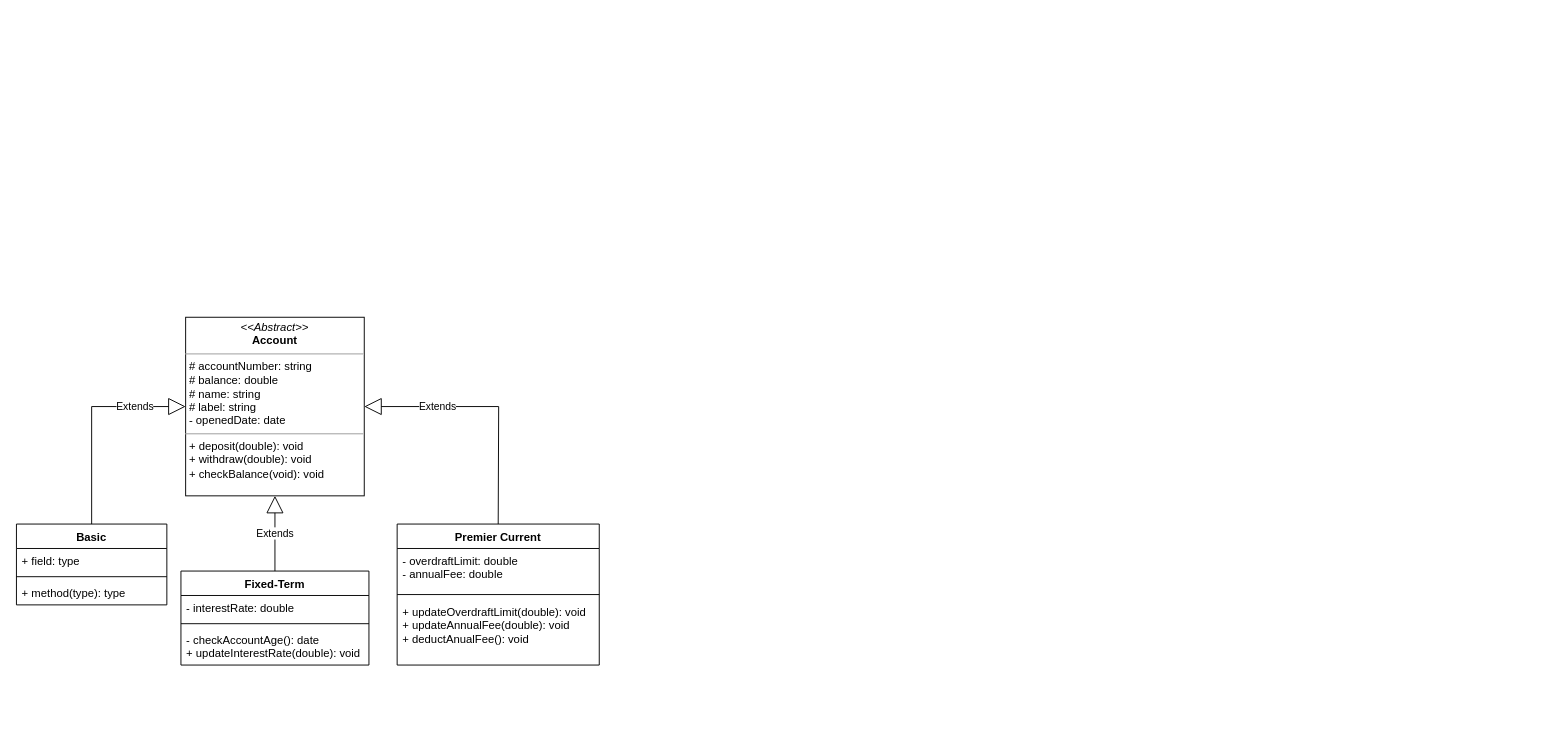
gerald-tetteh-tt/lab_work keeps this draw.io diagram as oop/lab_4/mallon_bank.drawio. Above is the earlier version. Source tidied: cells renumbered, new cells numbered last; positions are measured from the earlier drawing's top-left corner, leaving out a move shared by most shapes. Both pictures are drawn from the tidied source at 94%, with x=0, y=0 at pixel (16, 317).
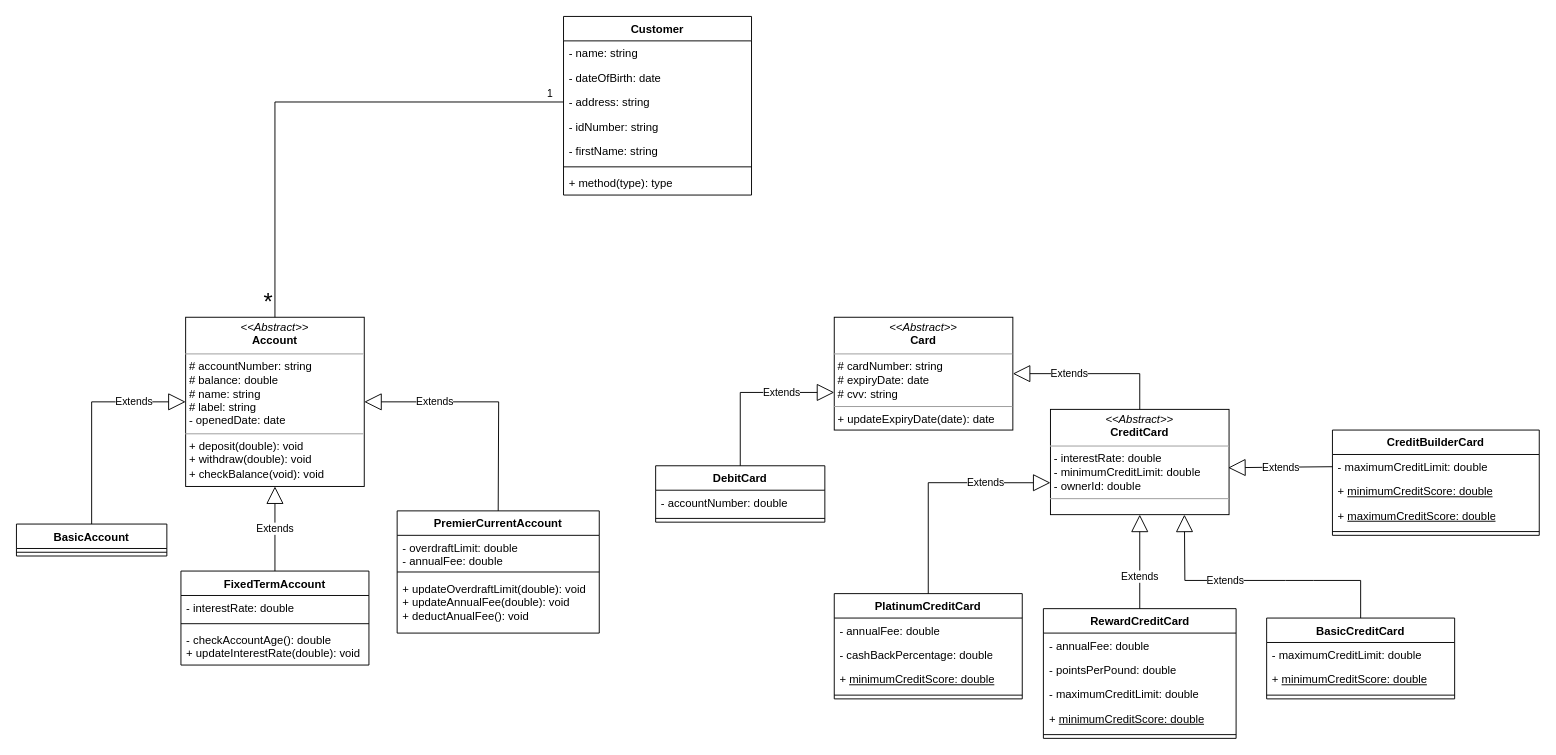
The same diagram, later.

Commit message:
add customer class and association with account

Diff of the diagram source:
```diff
@@
     <mxCell id="2" value="&lt;p style=&quot;margin:0px;margin-top:4px;text-align:center;&quot;&gt;&lt;i&gt;&amp;lt;&amp;lt;Abstract&amp;gt;&amp;gt;&lt;/i&gt;&lt;br&gt;&lt;b&gt;Account&lt;/b&gt;&lt;/p&gt;&lt;hr size=&quot;1&quot;&gt;&lt;p style=&quot;margin:0px;margin-left:4px;&quot;&gt;# accountNumber: string&lt;br&gt;# balance: double&lt;/p&gt;&lt;p style=&quot;margin:0px;margin-left:4px;&quot;&gt;# name: string&lt;/p&gt;&lt;p style=&quot;margin:0px;margin-left:4px;&quot;&gt;# label: string&lt;/p&gt;&lt;p style=&quot;margin:0px;margin-left:4px;&quot;&gt;- openedDate: date&lt;/p&gt;&lt;hr size=&quot;1&quot;&gt;&lt;p style=&quot;margin:0px;margin-left:4px;&quot;&gt;+ deposit(double): void&lt;br&gt;+ withdraw(double): void&lt;/p&gt;&lt;p style=&quot;margin:0px;margin-left:4px;&quot;&gt;+ checkBalance(void): void&lt;/p&gt;" style="verticalAlign=top;align=left;overflow=fill;fontSize=12;fontFamily=Helvetica;html=1;whiteSpace=wrap;" parent="1" vertex="1">
-      <mxGeometry x="180" width="190" height="190" as="geometry" />
+      <mxGeometry x="180" width="190" height="180" as="geometry" />
     </mxCell>
-    <mxCell id="3" value="Basic" style="swimlane;fontStyle=1;align=center;verticalAlign=top;horizontal=1;startSize=26;whiteSpace=wrap;html=1;" parent="1" vertex="1">
-      <mxGeometry y="220" width="160" height="86" as="geometry" />
+    <mxCell id="3" value="BasicAccount" style="swimlane;fontStyle=1;align=center;verticalAlign=top;horizontal=1;startSize=26;whiteSpace=wrap;html=1;" parent="1" vertex="1">
+      <mxGeometry y="220" width="160" height="34" as="geometry" />
     </mxCell>
-    <mxCell id="4" value="+ field: type" style="text;strokeColor=none;fillColor=none;align=left;verticalAlign=top;spacingLeft=4;spacingRight=4;overflow=hidden;whiteSpace=wrap;html=1;" parent="3" vertex="1">
-      <mxGeometry y="26" width="160" height="26" as="geometry" />
-    </mxCell>
     <mxCell id="5" style="line;strokeWidth=1;fillColor=none;align=left;verticalAlign=middle;spacingTop=-1;spacingLeft=3;spacingRight=3;labelPosition=right;strokeColor=inherit;" parent="3" vertex="1">
-      <mxGeometry y="52" width="160" height="8" as="geometry" />
+      <mxGeometry y="26" width="160" height="8" as="geometry" />
     </mxCell>
-    <mxCell id="6" value="+ method(type): type" style="text;strokeColor=none;fillColor=none;align=left;verticalAlign=top;spacingLeft=4;spacingRight=4;overflow=hidden;whiteSpace=wrap;html=1;" parent="3" vertex="1">
-      <mxGeometry y="60" width="160" height="26" as="geometry" />
-    </mxCell>
     <mxCell id="7" value="Extends" style="endArrow=block;endSize=16;endFill=0;html=1;rounded=0;exitX=0.5;exitY=0;exitDx=0;exitDy=0;entryX=0;entryY=0.5;entryDx=0;entryDy=0;" parent="1" edge="1" source="3" target="2">
       <mxGeometry x="0.52" relative="1" as="geometry">
         <Array as="points">
-          <mxPoint x="80" y="95" />
+          <mxPoint x="80" y="90" />
         </Array>
       </mxGeometry>
     </mxCell>
-    <mxCell id="8" value="Fixed-Term" style="swimlane;fontStyle=1;align=center;verticalAlign=top;horizontal=1;startSize=26;whiteSpace=wrap;html=1;" parent="1" vertex="1">
+    <mxCell id="8" value="FixedTermAccount" style="swimlane;fontStyle=1;align=center;verticalAlign=top;horizontal=1;startSize=26;whiteSpace=wrap;html=1;" parent="1" vertex="1">
       <mxGeometry x="175" y="270" width="200" height="100" as="geometry" />
     </mxCell>
@@
-    <mxCell id="11" value="- checkAccountAge(): date&lt;br&gt;+ updateInterestRate(double): void" style="text;strokeColor=none;fillColor=none;align=left;verticalAlign=top;spacingLeft=4;spacingRight=4;overflow=hidden;whiteSpace=wrap;html=1;" parent="8" vertex="1">
+    <mxCell id="11" value="- checkAccountAge(): double&lt;br&gt;+ updateInterestRate(double): void" style="text;strokeColor=none;fillColor=none;align=left;verticalAlign=top;spacingLeft=4;spacingRight=4;overflow=hidden;whiteSpace=wrap;html=1;" parent="8" vertex="1">
       <mxGeometry y="60" width="200" height="40" as="geometry" />
     </mxCell>
-    <mxCell id="12" value="Premier Current" style="swimlane;fontStyle=1;align=center;verticalAlign=top;horizontal=1;startSize=26;whiteSpace=wrap;html=1;" parent="1" vertex="1">
-      <mxGeometry x="405" y="220" width="215" height="150" as="geometry" />
+    <mxCell id="12" value="PremierCurrentAccount" style="swimlane;fontStyle=1;align=center;verticalAlign=top;horizontal=1;startSize=26;whiteSpace=wrap;html=1;" parent="1" vertex="1">
+      <mxGeometry x="405" y="206" width="215" height="130" as="geometry" />
     </mxCell>
     <mxCell id="13" value="- overdraftLimit: double&lt;br&gt;- annualFee: double" style="text;strokeColor=none;fillColor=none;align=left;verticalAlign=top;spacingLeft=4;spacingRight=4;overflow=hidden;whiteSpace=wrap;html=1;" parent="12" vertex="1">
-      <mxGeometry y="26" width="215" height="44" as="geometry" />
+      <mxGeometry y="26" width="215" height="34" as="geometry" />
     </mxCell>
     <mxCell id="14" style="line;strokeWidth=1;fillColor=none;align=left;verticalAlign=middle;spacingTop=-1;spacingLeft=3;spacingRight=3;labelPosition=right;strokeColor=inherit;" parent="12" vertex="1">
-      <mxGeometry y="70" width="215" height="10" as="geometry" />
+      <mxGeometry y="60" width="215" height="10" as="geometry" />
     </mxCell>
     <mxCell id="15" value="+ updateOverdraftLimit(double): void&lt;br&gt;+ updateAnnualFee(double): void&lt;br&gt;+ deductAnualFee(): void" style="text;strokeColor=none;fillColor=none;align=left;verticalAlign=top;spacingLeft=4;spacingRight=4;overflow=hidden;whiteSpace=wrap;html=1;" parent="12" vertex="1">
-      <mxGeometry y="80" width="215" height="70" as="geometry" />
+      <mxGeometry y="70" width="215" height="60" as="geometry" />
     </mxCell>
@@
     <mxCell id="17" value="Extends" style="endArrow=block;endSize=16;endFill=0;html=1;rounded=0;entryX=1;entryY=0.5;entryDx=0;entryDy=0;exitX=0.5;exitY=0;exitDx=0;exitDy=0;" parent="1" edge="1" source="12" target="2">
       <mxGeometry x="0.42" relative="1" as="geometry">
         <Array as="points">
-          <mxPoint x="513" y="95" />
+          <mxPoint x="513" y="90" />
         </Array>
       </mxGeometry>
     </mxCell>
+    <mxCell id="18" value="&lt;p style=&quot;margin:0px;margin-top:4px;text-align:center;&quot;&gt;&lt;i&gt;&amp;lt;&amp;lt;Abstract&amp;gt;&amp;gt;&lt;/i&gt;&lt;br&gt;&lt;b&gt;Card&lt;/b&gt;&lt;/p&gt;&lt;hr size=&quot;1&quot;&gt;&lt;p style=&quot;margin:0px;margin-left:4px;&quot;&gt;# cardNumber: string&lt;br&gt;# expiryDate: date&lt;/p&gt;&lt;p style=&quot;margin:0px;margin-left:4px;&quot;&gt;# cvv: string&lt;/p&gt;&lt;hr size=&quot;1&quot;&gt;&lt;p style=&quot;margin:0px;margin-left:4px;&quot;&gt;+ updateExpiryDate(date): date&lt;/p&gt;" style="verticalAlign=top;align=left;overflow=fill;fontSize=12;fontFamily=Helvetica;html=1;whiteSpace=wrap;" parent="1" vertex="1">
+      <mxGeometry x="870" width="190" height="120" as="geometry" />
+    </mxCell>
+    <mxCell id="19" value="DebitCard" style="swimlane;fontStyle=1;align=center;verticalAlign=top;horizontal=1;startSize=26;whiteSpace=wrap;html=1;" parent="1" vertex="1">
+      <mxGeometry x="680" y="158" width="180" height="60" as="geometry" />
+    </mxCell>
+    <mxCell id="20" value="- accountNumber: double" style="text;strokeColor=none;fillColor=none;align=left;verticalAlign=top;spacingLeft=4;spacingRight=4;overflow=hidden;whiteSpace=wrap;html=1;" parent="19" vertex="1">
+      <mxGeometry y="26" width="180" height="26" as="geometry" />
+    </mxCell>
+    <mxCell id="21" style="line;strokeWidth=1;fillColor=none;align=left;verticalAlign=middle;spacingTop=-1;spacingLeft=3;spacingRight=3;labelPosition=right;strokeColor=inherit;" parent="19" vertex="1">
+      <mxGeometry y="52" width="180" height="8" as="geometry" />
+    </mxCell>
+    <mxCell id="22" value="Extends" style="endArrow=block;endSize=16;endFill=0;html=1;rounded=0;exitX=0.5;exitY=0;exitDx=0;exitDy=0;" parent="1" edge="1" source="19">
+      <mxGeometry x="0.37" relative="1" as="geometry">
+        <mxPoint x="870" y="80" as="targetPoint" />
+        <Array as="points">
+          <mxPoint x="770" y="80" />
+        </Array>
+      </mxGeometry>
+    </mxCell>
+    <mxCell id="23" value="&lt;p style=&quot;margin:0px;margin-top:4px;text-align:center;&quot;&gt;&lt;i&gt;&amp;lt;&amp;lt;Abstract&amp;gt;&amp;gt;&lt;/i&gt;&lt;br&gt;&lt;b&gt;CreditCard&lt;/b&gt;&lt;/p&gt;&lt;hr size=&quot;1&quot;&gt;&lt;p style=&quot;border-color: var(--border-color); margin: 0px 0px 0px 4px;&quot;&gt;- interestRate: double&lt;/p&gt;&lt;p style=&quot;border-color: var(--border-color); margin: 0px 0px 0px 4px;&quot;&gt;- minimumCreditLimit: double&lt;/p&gt;&lt;p style=&quot;border-color: var(--border-color); margin: 0px 0px 0px 4px;&quot;&gt;- ownerId: double&lt;/p&gt;&lt;hr size=&quot;1&quot;&gt;&lt;p style=&quot;margin:0px;margin-left:4px;&quot;&gt;&lt;br&gt;&lt;/p&gt;" style="verticalAlign=top;align=left;overflow=fill;fontSize=12;fontFamily=Helvetica;html=1;whiteSpace=wrap;" parent="1" vertex="1">
+      <mxGeometry x="1100" y="98" width="190" height="112" as="geometry" />
+    </mxCell>
+    <mxCell id="24" value="Extends" style="endArrow=block;endSize=16;endFill=0;html=1;rounded=0;exitX=0.5;exitY=0;exitDx=0;exitDy=0;entryX=1;entryY=0.5;entryDx=0;entryDy=0;" parent="1" edge="1" source="23" target="18">
+      <mxGeometry x="0.31" relative="1" as="geometry">
+        <Array as="points">
+          <mxPoint x="1195" y="60" />
+        </Array>
+      </mxGeometry>
+    </mxCell>
+    <mxCell id="25" value="PlatinumCreditCard" style="swimlane;fontStyle=1;align=center;verticalAlign=top;horizontal=1;startSize=26;whiteSpace=wrap;html=1;" parent="1" vertex="1">
+      <mxGeometry x="870" y="294" width="200" height="112" as="geometry" />
+    </mxCell>
+    <mxCell id="26" value="- annualFee: double" style="text;strokeColor=none;fillColor=none;align=left;verticalAlign=top;spacingLeft=4;spacingRight=4;overflow=hidden;whiteSpace=wrap;html=1;" parent="25" vertex="1">
+      <mxGeometry y="26" width="200" height="26" as="geometry" />
+    </mxCell>
+    <mxCell id="27" value="- cashBackPercentage: double" style="text;strokeColor=none;fillColor=none;align=left;verticalAlign=top;spacingLeft=4;spacingRight=4;overflow=hidden;whiteSpace=wrap;html=1;" parent="25" vertex="1">
+      <mxGeometry y="52" width="200" height="26" as="geometry" />
+    </mxCell>
+    <mxCell id="28" value="+ &lt;u&gt;minimumCreditScore: double&lt;/u&gt;" style="text;strokeColor=none;fillColor=none;align=left;verticalAlign=top;spacingLeft=4;spacingRight=4;overflow=hidden;whiteSpace=wrap;html=1;" parent="25" vertex="1">
+      <mxGeometry y="78" width="200" height="26" as="geometry" />
+    </mxCell>
+    <mxCell id="29" style="line;strokeWidth=1;fillColor=none;align=left;verticalAlign=middle;spacingTop=-1;spacingLeft=3;spacingRight=3;labelPosition=right;strokeColor=inherit;" parent="25" vertex="1">
+      <mxGeometry y="104" width="200" height="8" as="geometry" />
+    </mxCell>
+    <mxCell id="30" value="RewardCreditCard" style="swimlane;fontStyle=1;align=center;verticalAlign=top;horizontal=1;startSize=26;whiteSpace=wrap;html=1;" parent="1" vertex="1">
+      <mxGeometry x="1092.5" y="310" width="205" height="138" as="geometry" />
+    </mxCell>
+    <mxCell id="31" value="- annualFee: double" style="text;strokeColor=none;fillColor=none;align=left;verticalAlign=top;spacingLeft=4;spacingRight=4;overflow=hidden;whiteSpace=wrap;html=1;" parent="30" vertex="1">
+      <mxGeometry y="26" width="205" height="26" as="geometry" />
+    </mxCell>
+    <mxCell id="32" value="- pointsPerPound: double" style="text;strokeColor=none;fillColor=none;align=left;verticalAlign=top;spacingLeft=4;spacingRight=4;overflow=hidden;whiteSpace=wrap;html=1;" parent="30" vertex="1">
+      <mxGeometry y="52" width="205" height="26" as="geometry" />
+    </mxCell>
+    <mxCell id="33" value="- maximumCreditLimit: double" style="text;strokeColor=none;fillColor=none;align=left;verticalAlign=top;spacingLeft=4;spacingRight=4;overflow=hidden;whiteSpace=wrap;html=1;" parent="30" vertex="1">
+      <mxGeometry y="78" width="205" height="26" as="geometry" />
+    </mxCell>
+    <mxCell id="34" value="+ &lt;u&gt;minimumCreditScore: double&lt;/u&gt;" style="text;strokeColor=none;fillColor=none;align=left;verticalAlign=top;spacingLeft=4;spacingRight=4;overflow=hidden;whiteSpace=wrap;html=1;" parent="30" vertex="1">
+      <mxGeometry y="104" width="205" height="26" as="geometry" />
+    </mxCell>
+    <mxCell id="35" style="line;strokeWidth=1;fillColor=none;align=left;verticalAlign=middle;spacingTop=-1;spacingLeft=3;spacingRight=3;labelPosition=right;strokeColor=inherit;" parent="30" vertex="1">
+      <mxGeometry y="130" width="205" height="8" as="geometry" />
+    </mxCell>
+    <mxCell id="36" value="BasicCreditCard" style="swimlane;fontStyle=1;align=center;verticalAlign=top;horizontal=1;startSize=26;whiteSpace=wrap;html=1;" parent="1" vertex="1">
+      <mxGeometry x="1330" y="320" width="200" height="86" as="geometry" />
+    </mxCell>
+    <mxCell id="37" value="- maximumCreditLimit: double" style="text;strokeColor=none;fillColor=none;align=left;verticalAlign=top;spacingLeft=4;spacingRight=4;overflow=hidden;whiteSpace=wrap;html=1;" parent="36" vertex="1">
+      <mxGeometry y="26" width="200" height="26" as="geometry" />
+    </mxCell>
+    <mxCell id="38" value="+ &lt;u&gt;minimumCreditScore: double&lt;/u&gt;" style="text;strokeColor=none;fillColor=none;align=left;verticalAlign=top;spacingLeft=4;spacingRight=4;overflow=hidden;whiteSpace=wrap;html=1;" parent="36" vertex="1">
+      <mxGeometry y="52" width="200" height="26" as="geometry" />
+    </mxCell>
+    <mxCell id="39" style="line;strokeWidth=1;fillColor=none;align=left;verticalAlign=middle;spacingTop=-1;spacingLeft=3;spacingRight=3;labelPosition=right;strokeColor=inherit;" parent="36" vertex="1">
+      <mxGeometry y="78" width="200" height="8" as="geometry" />
+    </mxCell>
+    <mxCell id="40" value="CreditBuilderCard" style="swimlane;fontStyle=1;align=center;verticalAlign=top;horizontal=1;startSize=26;whiteSpace=wrap;html=1;" parent="1" vertex="1">
+      <mxGeometry x="1400" y="120" width="220" height="112" as="geometry" />
+    </mxCell>
+    <mxCell id="41" value="- maximumCreditLimit: double" style="text;strokeColor=none;fillColor=none;align=left;verticalAlign=top;spacingLeft=4;spacingRight=4;overflow=hidden;points=[[0,0.5],[1,0.5]];portConstraint=eastwest;whiteSpace=wrap;html=1;" parent="40" vertex="1">
+      <mxGeometry y="26" width="220" height="26" as="geometry" />
+    </mxCell>
+    <mxCell id="42" value="+ &lt;u&gt;minimumCreditScore: double&lt;/u&gt;" style="text;strokeColor=none;fillColor=none;align=left;verticalAlign=top;spacingLeft=4;spacingRight=4;overflow=hidden;whiteSpace=wrap;html=1;" parent="40" vertex="1">
+      <mxGeometry y="52" width="220" height="26" as="geometry" />
+    </mxCell>
+    <mxCell id="43" value="+ &lt;u&gt;maximumCreditScore: double&lt;/u&gt;" style="text;strokeColor=none;fillColor=none;align=left;verticalAlign=top;spacingLeft=4;spacingRight=4;overflow=hidden;whiteSpace=wrap;html=1;" parent="40" vertex="1">
+      <mxGeometry y="78" width="220" height="26" as="geometry" />
+    </mxCell>
+    <mxCell id="44" style="line;strokeWidth=1;fillColor=none;align=left;verticalAlign=middle;spacingTop=-1;spacingLeft=3;spacingRight=3;labelPosition=right;strokeColor=inherit;" parent="40" vertex="1">
+      <mxGeometry y="104" width="220" height="8" as="geometry" />
+    </mxCell>
+    <mxCell id="45" value="Extends" style="endArrow=block;endSize=16;endFill=0;html=1;rounded=0;exitX=0.5;exitY=0;exitDx=0;exitDy=0;entryX=0.5;entryY=1;entryDx=0;entryDy=0;" parent="1" edge="1" source="30" target="23">
+      <mxGeometry x="-0.33" relative="1" as="geometry" />
+    </mxCell>
+    <mxCell id="46" value="Extends" style="endArrow=block;endSize=16;endFill=0;html=1;rounded=0;exitX=0.5;exitY=0;exitDx=0;exitDy=0;entryX=0;entryY=0.697;entryDx=0;entryDy=0;entryPerimeter=0;" parent="1" edge="1" source="25" target="23">
+      <mxGeometry x="0.44" relative="1" as="geometry">
+        <Array as="points">
+          <mxPoint x="970" y="176" />
+        </Array>
+      </mxGeometry>
+    </mxCell>
+    <mxCell id="47" value="Extends" style="endArrow=block;endSize=16;endFill=0;html=1;rounded=0;exitX=0;exitY=0.5;exitDx=0;exitDy=0;entryX=0.995;entryY=0.554;entryDx=0;entryDy=0;entryPerimeter=0;" parent="1" edge="1" source="41" target="23">
+      <mxGeometry relative="1" as="geometry" />
+    </mxCell>
+    <mxCell id="48" value="Extends" style="endArrow=block;endSize=16;endFill=0;html=1;rounded=0;exitX=0.5;exitY=0;exitDx=0;exitDy=0;entryX=0.75;entryY=1;entryDx=0;entryDy=0;" parent="1" edge="1" source="36" target="23">
+      <mxGeometry x="0.24" relative="1" as="geometry">
+        <Array as="points">
+          <mxPoint x="1430" y="280" />
+          <mxPoint x="1380" y="280" />
+          <mxPoint x="1350" y="280" />
+          <mxPoint x="1243" y="280" />
+        </Array>
+      </mxGeometry>
+    </mxCell>
+    <mxCell id="49" value="Customer" style="swimlane;fontStyle=1;align=center;verticalAlign=top;horizontal=1;startSize=26;whiteSpace=wrap;html=1;" parent="1" vertex="1">
+      <mxGeometry x="582" y="-320" width="200" height="190" as="geometry" />
+    </mxCell>
+    <mxCell id="50" value="- name: string" style="text;strokeColor=none;fillColor=none;align=left;verticalAlign=top;spacingLeft=4;spacingRight=4;overflow=hidden;whiteSpace=wrap;html=1;" parent="49" vertex="1">
+      <mxGeometry y="26" width="200" height="26" as="geometry" />
+    </mxCell>
+    <mxCell id="51" value="- dateOfBirth: date" style="text;strokeColor=none;fillColor=none;align=left;verticalAlign=top;spacingLeft=4;spacingRight=4;overflow=hidden;whiteSpace=wrap;html=1;" parent="49" vertex="1">
+      <mxGeometry y="52" width="200" height="26" as="geometry" />
+    </mxCell>
+    <mxCell id="52" value="- address: string" style="text;strokeColor=none;fillColor=none;align=left;verticalAlign=top;spacingLeft=4;spacingRight=4;overflow=hidden;points=[[0,0.5],[1,0.5]];portConstraint=eastwest;whiteSpace=wrap;html=1;" parent="49" vertex="1">
+      <mxGeometry y="78" width="200" height="26" as="geometry" />
+    </mxCell>
+    <mxCell id="53" value="- idNumber: string" style="text;strokeColor=none;fillColor=none;align=left;verticalAlign=top;spacingLeft=4;spacingRight=4;overflow=hidden;whiteSpace=wrap;html=1;" parent="49" vertex="1">
+      <mxGeometry y="104" width="200" height="26" as="geometry" />
+    </mxCell>
+    <mxCell id="54" value="- firstName: string" style="text;strokeColor=none;fillColor=none;align=left;verticalAlign=top;spacingLeft=4;spacingRight=4;overflow=hidden;whiteSpace=wrap;html=1;" parent="49" vertex="1">
+      <mxGeometry y="130" width="200" height="26" as="geometry" />
+    </mxCell>
+    <mxCell id="55" style="line;strokeWidth=1;fillColor=none;align=left;verticalAlign=middle;spacingTop=-1;spacingLeft=3;spacingRight=3;labelPosition=right;strokeColor=inherit;" parent="49" vertex="1">
+      <mxGeometry y="156" width="200" height="8" as="geometry" />
+    </mxCell>
+    <mxCell id="6" value="+ method(type): type" style="text;strokeColor=none;fillColor=none;align=left;verticalAlign=top;spacingLeft=4;spacingRight=4;overflow=hidden;whiteSpace=wrap;html=1;" parent="49" vertex="1">
+      <mxGeometry y="164" width="200" height="26" as="geometry" />
+    </mxCell>
+    <mxCell id="56" style="endArrow=none;html=1;edgeStyle=orthogonalEdgeStyle;rounded=0;entryX=0.5;entryY=0;entryDx=0;entryDy=0;exitX=0;exitY=0.5;exitDx=0;exitDy=0;" parent="1" edge="1" source="52" target="2">
+      <mxGeometry relative="1" as="geometry" />
+    </mxCell>
+    <mxCell id="57" value="1" style="edgeLabel;html=1;align=left;verticalAlign=bottom;" parent="56" vertex="1">
+      <mxGeometry x="-1" relative="1" as="geometry">
+        <mxPoint x="-19" y="-1" as="offset" />
+      </mxGeometry>
+    </mxCell>
+    <mxCell id="58" value="*" style="edgeLabel;html=1;align=right;verticalAlign=bottom;fontSize=25;" parent="56" vertex="1">
+      <mxGeometry x="1" relative="1" as="geometry">
+        <mxPoint x="-2" as="offset" />
+      </mxGeometry>
+    </mxCell>
```
